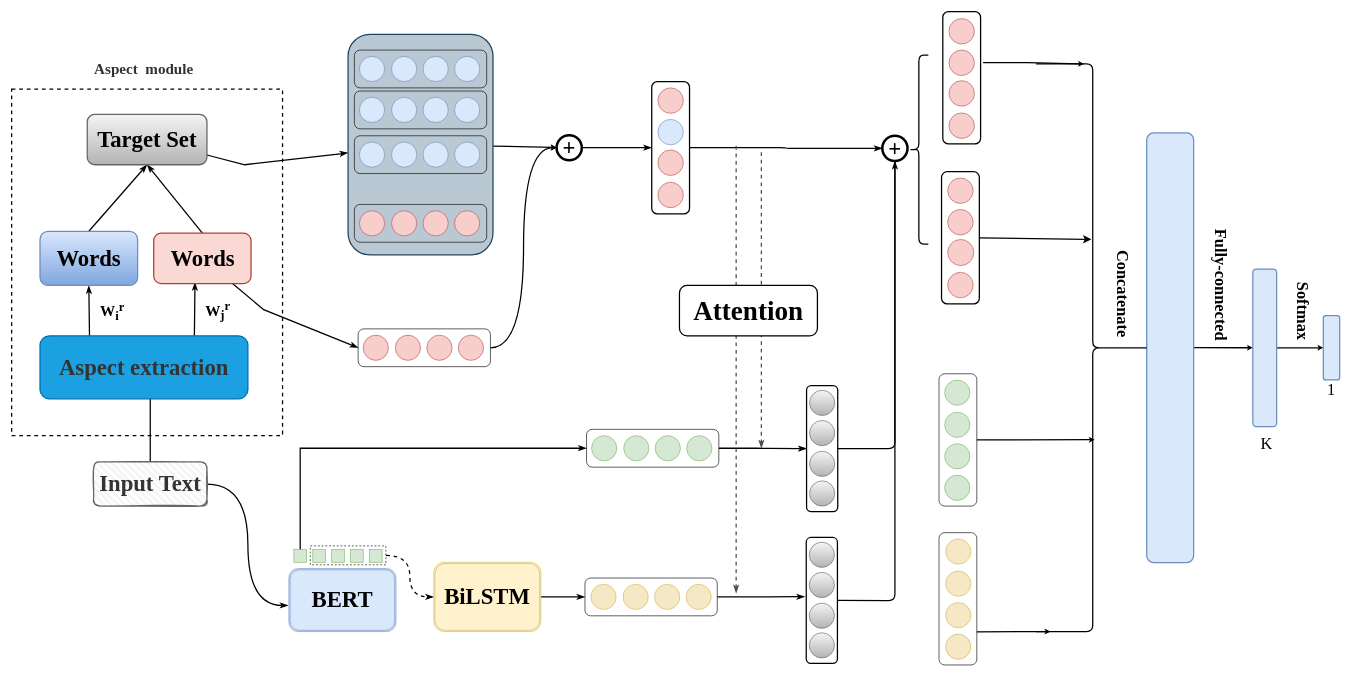
Before: 模型.drawio in SiMlLeSYF/new, a draw.io diagram. Source tidied: cells renumbered, new cells numbered last; positions are measured from the earlier drawing's top-left corner, leaving out a move shared by most shapes. Both pictures are drawn from the tidied source at 63%, with x=0, y=0 at pixel (11, 11).
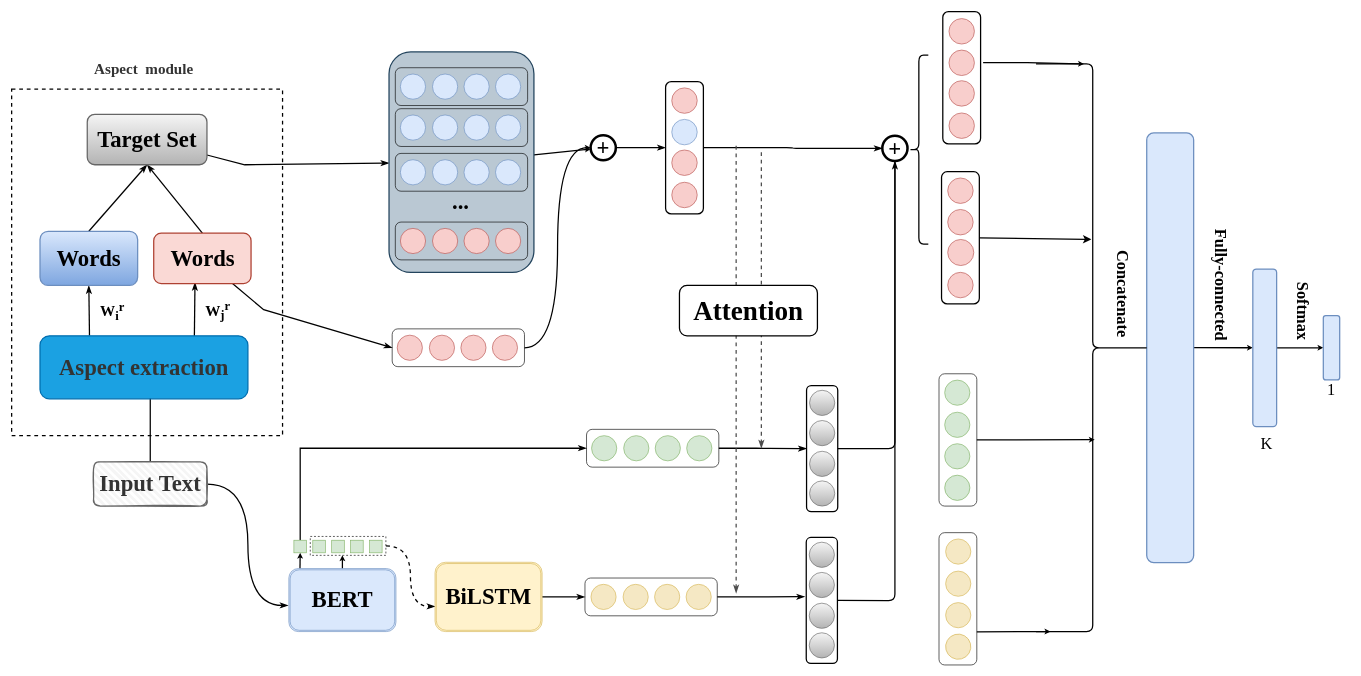
The same page after the edit.

The change refers to these unchanged cells:
```xml
<mxCell id="7" value="&lt;font face=&quot;Times New Roman&quot; style=&quot;font-size: 36px;&quot;&gt;&lt;b style=&quot;&quot;&gt;BERT&lt;/b&gt;&lt;/font&gt;" style="shape=ext;double=1;rounded=1;whiteSpace=wrap;html=1;fillColor=#dae8fc;strokeColor=#6c8ebf;" parent="1" vertex="1">
  <mxGeometry x="440" y="884" width="170" height="100" as="geometry" />
</mxCell>
```

Diff of the diagram source:
```diff
@@
+    <mxCell id="150" style="sketch=0;jettySize=auto;html=1;exitX=0.104;exitY=-0.003;exitDx=0;exitDy=0;entryX=0.5;entryY=1;entryDx=0;entryDy=0;fontFamily=Times New Roman;fontSize=36;startArrow=none;startFill=0;endArrow=classic;endFill=1;endSize=3;strokeColor=#000000;strokeWidth=2;elbow=vertical;exitPerimeter=0;" parent="1" edge="1" source="7" target="9">
+      <mxGeometry relative="1" as="geometry" />
+    </mxCell>
+    <mxCell id="151" style="edgeStyle=none;sketch=0;jettySize=auto;html=1;exitX=0.5;exitY=0;exitDx=0;exitDy=0;entryX=0.425;entryY=1;entryDx=0;entryDy=0;entryPerimeter=0;fontFamily=Times New Roman;fontSize=36;startArrow=none;startFill=0;endArrow=classic;endFill=1;endSize=3;strokeColor=#000000;strokeWidth=2;elbow=vertical;" parent="1" edge="1" source="7" target="15">
+      <mxGeometry relative="1" as="geometry" />
+    </mxCell>
@@
     <mxCell id="9" style="rounded=0;whiteSpace=wrap;html=1;fontSize=24;fillColor=#d5e8d4;strokeColor=#82b366;" parent="1" vertex="1">
-      <mxGeometry x="448" y="854" width="20" height="20" as="geometry" />
+      <mxGeometry x="448" y="839" width="20" height="20" as="geometry" />
     </mxCell>
     <mxCell id="10" style="rounded=0;whiteSpace=wrap;html=1;fontSize=24;fillColor=#d5e8d4;strokeColor=#82b366;" parent="1" vertex="1">
-      <mxGeometry x="478" y="854" width="20" height="20" as="geometry" />
+      <mxGeometry x="478" y="839" width="20" height="20" as="geometry" />
     </mxCell>
     <mxCell id="11" style="rounded=0;whiteSpace=wrap;html=1;fontSize=24;fillColor=#d5e8d4;strokeColor=#82b366;" parent="1" vertex="1">
-      <mxGeometry x="508" y="854" width="20" height="20" as="geometry" />
+      <mxGeometry x="508" y="839" width="20" height="20" as="geometry" />
     </mxCell>
     <mxCell id="12" style="rounded=0;whiteSpace=wrap;html=1;fontSize=24;fillColor=#d5e8d4;strokeColor=#82b366;" parent="1" vertex="1">
-      <mxGeometry x="538" y="854" width="20" height="20" as="geometry" />
+      <mxGeometry x="538" y="839" width="20" height="20" as="geometry" />
     </mxCell>
     <mxCell id="13" style="rounded=0;whiteSpace=wrap;html=1;fontSize=24;fillColor=#d5e8d4;strokeColor=#82b366;" parent="1" vertex="1">
-      <mxGeometry x="568" y="854" width="20" height="20" as="geometry" />
+      <mxGeometry x="568" y="839" width="20" height="20" as="geometry" />
     </mxCell>
-    <mxCell id="14" style="edgeStyle=orthogonalEdgeStyle;curved=1;rounded=0;sketch=0;jettySize=auto;html=1;dashed=1;fontSize=24;startArrow=none;startFill=0;endArrow=classicThin;endFill=1;endSize=7;strokeWidth=2;elbow=vertical;" parent="1" edge="1" source="15" target="17">
+    <mxCell id="14" style="edgeStyle=orthogonalEdgeStyle;curved=1;rounded=0;sketch=0;jettySize=auto;html=1;dashed=1;fontSize=24;startArrow=none;startFill=0;endArrow=classicThin;endFill=1;endSize=7;strokeWidth=2;elbow=vertical;entryX=0.001;entryY=0.638;entryDx=0;entryDy=0;entryPerimeter=0;" parent="1" edge="1" source="15" target="17">
       <mxGeometry relative="1" as="geometry" />
     </mxCell>
     <mxCell id="15" style="rounded=0;whiteSpace=wrap;html=1;fontSize=24;fillColor=none;dashed=1;" parent="1" vertex="1">
-      <mxGeometry x="474" y="848" width="120" height="30" as="geometry" />
+      <mxGeometry x="474" y="833" width="120" height="30" as="geometry" />
     </mxCell>
@@
     <mxCell id="17" value="&lt;font face=&quot;Times New Roman&quot; style=&quot;font-size: 36px;&quot;&gt;&lt;b style=&quot;&quot;&gt;BiLSTM&lt;/b&gt;&lt;/font&gt;" style="shape=ext;double=1;rounded=1;whiteSpace=wrap;html=1;fillColor=#fff2cc;strokeColor=#d6b656;" parent="1" vertex="1">
-      <mxGeometry x="670" y="874" width="170" height="110" as="geometry" />
+      <mxGeometry x="672" y="874" width="170" height="110" as="geometry" />
     </mxCell>
@@
     <mxCell id="39" style="whiteSpace=wrap;html=1;fontSize=24;fontFamily=Times New Roman;fillColor=#bac8d3;strokeColor=#23445d;rounded=1;strokeWidth=2;" parent="1" vertex="1">
-      <mxGeometry x="534" y="36" width="230" height="350" as="geometry" />
+      <mxGeometry x="599" y="64" width="230" height="350" as="geometry" />
     </mxCell>
@@
     <mxCell id="41" value="&lt;b&gt;&lt;font style=&quot;font-size: 36px;&quot;&gt;+&lt;/font&gt;&lt;/b&gt;" style="ellipse;whiteSpace=wrap;html=1;fontFamily=Times New Roman;fontSize=24;strokeWidth=4;fillColor=none;" parent="1" vertex="1">
-      <mxGeometry x="865" y="196" width="40" height="40" as="geometry" />
+      <mxGeometry x="919" y="196" width="40" height="40" as="geometry" />
     </mxCell>
     <mxCell id="42" style="group;" parent="1" vertex="1">
-      <mxGeometry x="1016" y="111" width="60" height="210" as="geometry" />
+      <mxGeometry x="1038" y="111" width="60" height="210" as="geometry" />
     </mxCell>
@@
     <mxCell id="114" style="group;" parent="1" vertex="1">
-      <mxGeometry x="544" y="61" width="210" height="60" as="geometry" />
+      <mxGeometry x="609" y="89" width="210" height="60" as="geometry" />
     </mxCell>
@@
     <mxCell id="121" style="group;" parent="1" vertex="1">
-      <mxGeometry x="544" y="126" width="210" height="60" as="geometry" />
+      <mxGeometry x="609" y="154" width="210" height="60" as="geometry" />
     </mxCell>
@@
     <mxCell id="128" style="group;" parent="1" vertex="1">
-      <mxGeometry x="544" y="197" width="210" height="60" as="geometry" />
+      <mxGeometry x="609" y="225" width="210" height="60" as="geometry" />
     </mxCell>
@@
     <mxCell id="135" style="group;" parent="1" vertex="1">
-      <mxGeometry x="544" y="306" width="210" height="60" as="geometry" />
+      <mxGeometry x="609" y="334" width="210" height="60" as="geometry" />
     </mxCell>
@@
     <mxCell id="142" style="group;" parent="1" vertex="1">
-      <mxGeometry x="550" y="503.5" width="210" height="60" as="geometry" />
+      <mxGeometry x="604" y="503.5" width="210" height="60" as="geometry" />
     </mxCell>
@@
+    <mxCell id="152" value="&lt;b&gt;...&lt;/b&gt;" style="text;html=1;strokeColor=none;fillColor=none;align=center;verticalAlign=middle;whiteSpace=wrap;rounded=0;fontFamily=Times New Roman;fontSize=36;" parent="1" vertex="1">
+      <mxGeometry x="683" y="286" width="60" height="30" as="geometry" />
+    </mxCell>
```
